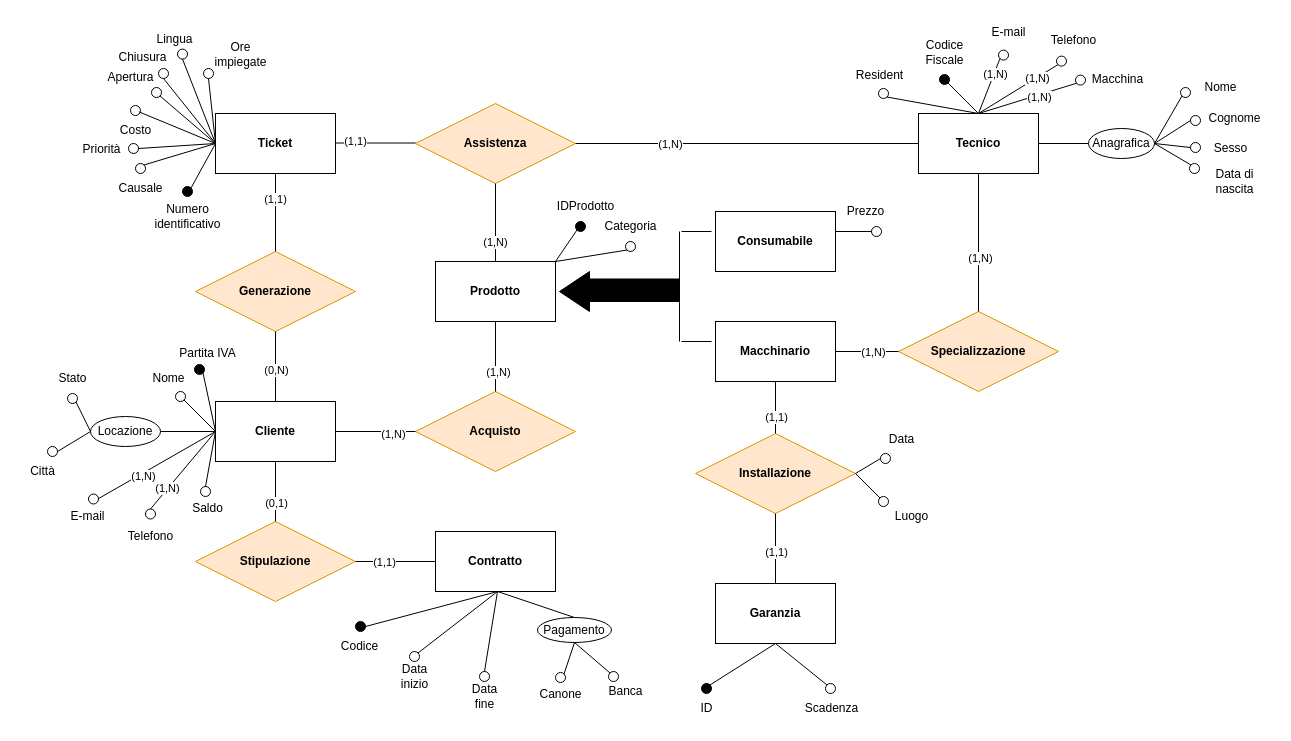
Earlier version of the draw.io diagram Diagrammi/er finale concettuale.drawio (fedeStaffo/Progetto_Basi_di_dati). Source tidied: cells renumbered, new cells numbered last; positions are measured from the earlier drawing's top-left corner, leaving out a move shared by most shapes. Both pictures are drawn from the tidied source at 100%, with x=0, y=0 at pixel (17, 17).
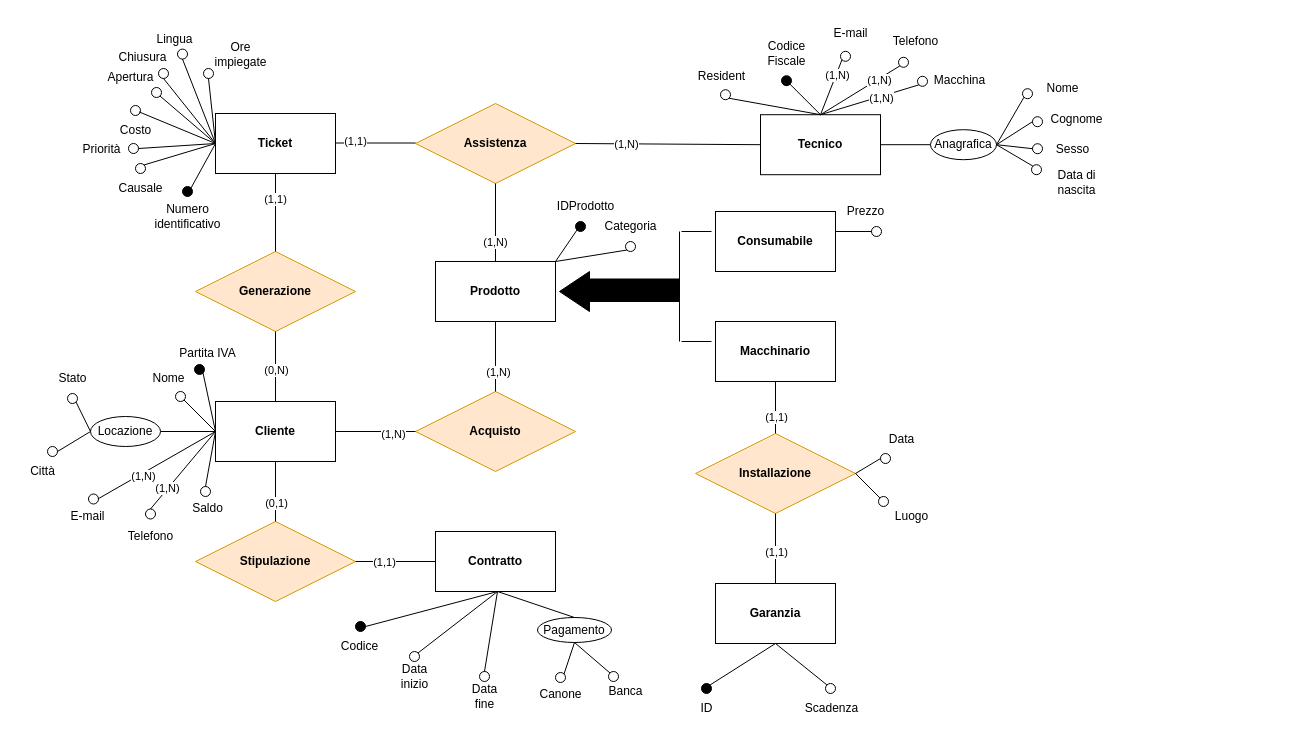
The same page after the edit.

Commit message (it also covers changes not shown here):
modificata relazione competenza: specializzazione

Unchanged cells that the change refers to:
```xml
<mxCell id="43" value="&lt;b&gt;Macchinario&lt;/b&gt;" style="rounded=0;whiteSpace=wrap;html=1;" parent="1" vertex="1">
  <mxGeometry x="698" y="304" width="120" height="60" as="geometry" />
</mxCell>
```

The edit, as a diff of the source:
```diff
@@
     <mxCell id="5" value="&lt;b&gt;Tecnico&lt;/b&gt;" style="rounded=0;whiteSpace=wrap;html=1;" parent="1" vertex="1">
-      <mxGeometry x="901" y="96" width="120" height="60" as="geometry" />
+      <mxGeometry x="743" y="97.2" width="120" height="60" as="geometry" />
     </mxCell>
@@
     <mxCell id="63" style="ellipse;whiteSpace=wrap;html=1;fillColor=#000000;" parent="1" vertex="1">
-      <mxGeometry x="922" y="57" width="10" height="10" as="geometry" />
+      <mxGeometry x="764" y="58.2" width="10" height="10" as="geometry" />
     </mxCell>
     <mxCell id="64" style="ellipse;whiteSpace=wrap;html=1;" parent="1" vertex="1">
-      <mxGeometry x="1163" y="70" width="10" height="10" as="geometry" />
+      <mxGeometry x="1005" y="71.2" width="10" height="10" as="geometry" />
     </mxCell>
     <mxCell id="65" style="ellipse;whiteSpace=wrap;html=1;" parent="1" vertex="1">
-      <mxGeometry x="1173" y="98" width="10" height="10" as="geometry" />
+      <mxGeometry x="1015" y="99.2" width="10" height="10" as="geometry" />
     </mxCell>
     <mxCell id="66" value="Codice&lt;br&gt;Fiscale" style="text;html=1;align=center;verticalAlign=middle;strokeColor=none;fillColor=none;" parent="1" vertex="1">
-      <mxGeometry x="897" y="15" width="60" height="40" as="geometry" />
+      <mxGeometry x="739" y="16.2" width="60" height="40" as="geometry" />
     </mxCell>
     <mxCell id="67" value="Nome" style="text;html=1;align=center;verticalAlign=middle;strokeColor=none;fillColor=none;" parent="1" vertex="1">
-      <mxGeometry x="1173" y="55" width="60" height="30" as="geometry" />
+      <mxGeometry x="1015" y="56.2" width="60" height="30" as="geometry" />
     </mxCell>
     <mxCell id="68" value="Anagrafica" style="ellipse;whiteSpace=wrap;html=1;" parent="1" vertex="1">
-      <mxGeometry x="1071" y="111" width="66" height="30" as="geometry" />
+      <mxGeometry x="913" y="112.2" width="66" height="30" as="geometry" />
     </mxCell>
     <mxCell id="69" value="Cognome" style="text;html=1;align=center;verticalAlign=middle;strokeColor=none;fillColor=none;" parent="1" vertex="1">
-      <mxGeometry x="1177" y="86" width="80" height="30" as="geometry" />
+      <mxGeometry x="1019" y="87.2" width="80" height="30" as="geometry" />
     </mxCell>
     <mxCell id="70" value="Sesso" style="text;html=1;align=center;verticalAlign=middle;strokeColor=none;fillColor=none;" parent="1" vertex="1">
-      <mxGeometry x="1183" y="116" width="60" height="30" as="geometry" />
+      <mxGeometry x="1025" y="117.2" width="60" height="30" as="geometry" />
     </mxCell>
     <mxCell id="71" style="ellipse;whiteSpace=wrap;html=1;" parent="1" vertex="1">
-      <mxGeometry x="1173" y="125" width="10" height="10" as="geometry" />
+      <mxGeometry x="1015" y="126.2" width="10" height="10" as="geometry" />
     </mxCell>
     <mxCell id="72" style="ellipse;whiteSpace=wrap;html=1;" parent="1" vertex="1">
-      <mxGeometry x="1172" y="146" width="10" height="10" as="geometry" />
+      <mxGeometry x="1014" y="147.2" width="10" height="10" as="geometry" />
     </mxCell>
     <mxCell id="73" value="Data di&lt;br&gt;nascita" style="text;html=1;align=center;verticalAlign=middle;strokeColor=none;fillColor=none;" parent="1" vertex="1">
-      <mxGeometry x="1187" y="144" width="60" height="40" as="geometry" />
+      <mxGeometry x="1029" y="145.2" width="60" height="40" as="geometry" />
     </mxCell>
     <mxCell id="74" style="ellipse;whiteSpace=wrap;html=1;" parent="1" vertex="1">
-      <mxGeometry x="861" y="71" width="10" height="10" as="geometry" />
+      <mxGeometry x="703" y="72.2" width="10" height="10" as="geometry" />
     </mxCell>
     <mxCell id="75" value="Resident" style="text;html=1;align=center;verticalAlign=middle;strokeColor=none;fillColor=none;" parent="1" vertex="1">
-      <mxGeometry x="827" y="43" width="70" height="30" as="geometry" />
+      <mxGeometry x="669" y="44.2" width="70" height="30" as="geometry" />
     </mxCell>
     <mxCell id="76" style="ellipse;whiteSpace=wrap;html=1;" parent="1" vertex="1">
-      <mxGeometry x="981" y="32.6" width="10" height="10" as="geometry" />
+      <mxGeometry x="823" y="33.8" width="10" height="10" as="geometry" />
     </mxCell>
     <mxCell id="77" value="E-mail" style="text;html=1;align=center;verticalAlign=middle;strokeColor=none;fillColor=none;" parent="1" vertex="1">
-      <mxGeometry x="961" y="-0.4" width="60" height="30" as="geometry" />
+      <mxGeometry x="803" y="0.8" width="60" height="30" as="geometry" />
     </mxCell>
     <mxCell id="78" value="Telefono" style="text;html=1;align=center;verticalAlign=middle;strokeColor=none;fillColor=none;" parent="1" vertex="1">
-      <mxGeometry x="1021" y="8.1" width="70" height="30" as="geometry" />
+      <mxGeometry x="863" y="9.3" width="70" height="30" as="geometry" />
     </mxCell>
     <mxCell id="79" style="ellipse;whiteSpace=wrap;html=1;" parent="1" vertex="1">
-      <mxGeometry x="1039" y="38.6" width="10" height="10" as="geometry" />
+      <mxGeometry x="881" y="39.8" width="10" height="10" as="geometry" />
     </mxCell>
@@
     <mxCell id="157" style="ellipse;whiteSpace=wrap;html=1;" parent="1" vertex="1">
-      <mxGeometry x="1058" y="57.6" width="10" height="10" as="geometry" />
+      <mxGeometry x="900" y="58.8" width="10" height="10" as="geometry" />
     </mxCell>
     <mxCell id="158" value="Macchina" style="text;html=1;align=center;verticalAlign=middle;strokeColor=none;fillColor=none;" parent="1" vertex="1">
-      <mxGeometry x="1065" y="48.6" width="69" height="26" as="geometry" />
+      <mxGeometry x="907" y="49.8" width="69" height="26" as="geometry" />
     </mxCell>
@@
-    <mxCell id="161" value="&lt;b&gt;Specializzazione&lt;/b&gt;" style="rhombus;whiteSpace=wrap;html=1;fillColor=#ffe6cc;strokeColor=#d79b00;" parent="1" vertex="1">
-      <mxGeometry x="881" y="294" width="160" height="80" as="geometry" />
-    </mxCell>
-    <mxCell id="162" style="endArrow=none;html=1;rounded=0;exitX=1;exitY=0.5;exitDx=0;exitDy=0;" parent="1" edge="1" source="43" target="161">
-      <mxGeometry relative="1" as="geometry" />
-    </mxCell>
-    <mxCell id="163" value="(1,N)" style="edgeLabel;html=1;align=center;verticalAlign=middle;" parent="162" vertex="1">
-      <mxGeometry x="0.42" relative="1" as="geometry">
-        <mxPoint x="-8" as="offset" />
-      </mxGeometry>
-    </mxCell>
-    <mxCell id="164" style="endArrow=none;html=1;rounded=0;entryX=0.5;entryY=1;entryDx=0;entryDy=0;" parent="1" edge="1" source="161" target="5">
-      <mxGeometry relative="1" as="geometry" />
-    </mxCell>
-    <mxCell id="165" value="(1,N)" style="edgeLabel;html=1;align=center;verticalAlign=middle;" parent="164" vertex="1">
-      <mxGeometry x="-0.22" y="-1" relative="1" as="geometry" />
-    </mxCell>
```
